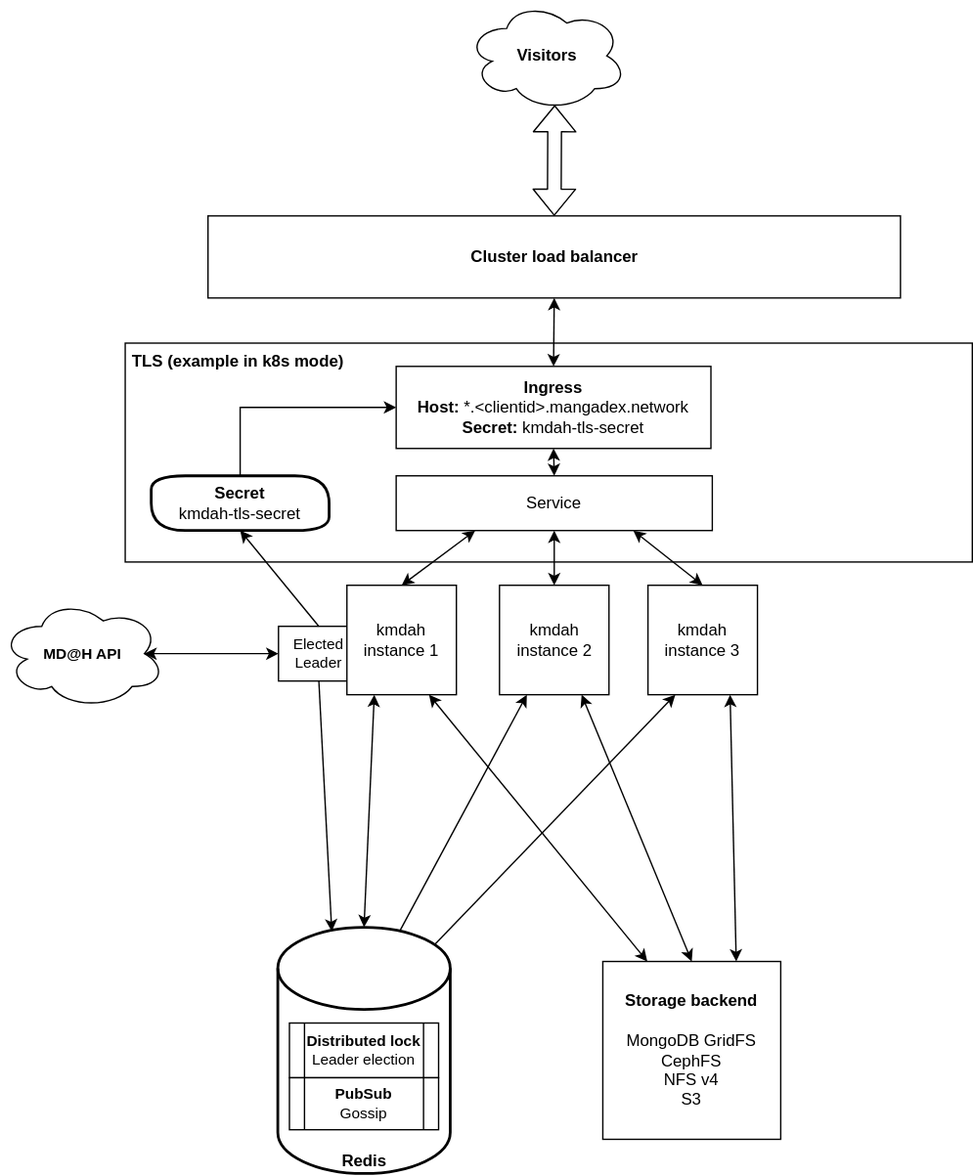
Tristan971/kmdah keeps this draw.io diagram as docs/architecture.svg. Above is the earlier version. Source tidied: cells renumbered, new cells last; positions are measured from the earlier drawing's top-left corner, leaving out a move shared by most shapes.
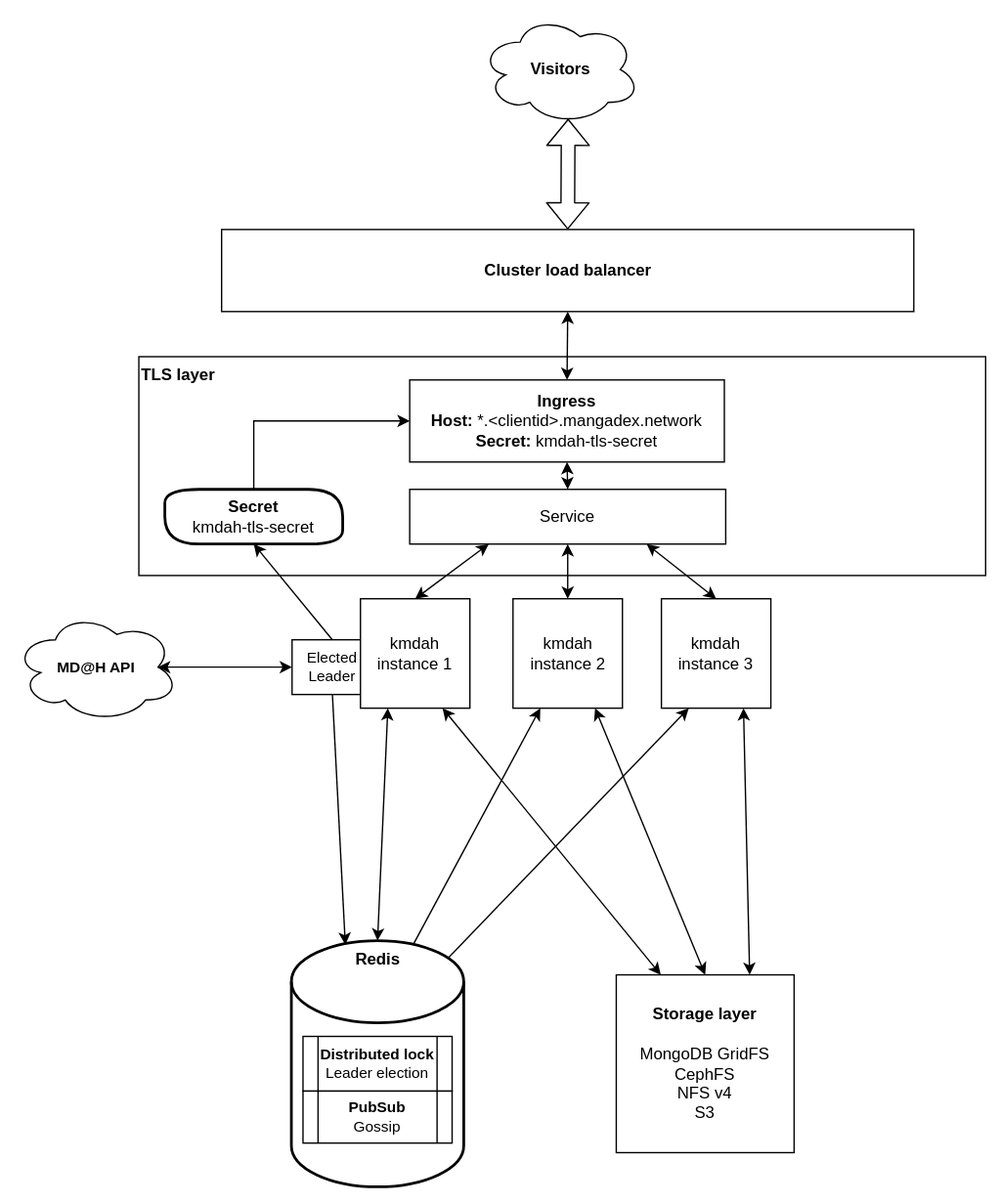
After the change.

Commit message:
Add first bits of storage doc

The edit, as a diff of the source:
```diff
@@ -2,13 +2,13 @@
   <root>
     <mxCell id="0" />
     <mxCell id="1" parent="0" />
-    <mxCell id="2" value="&amp;nbsp;TLS (example in k8s mode)" style="rounded=0;whiteSpace=wrap;html=1;align=left;verticalAlign=top;fontStyle=1;" parent="1" vertex="1">
+    <mxCell id="2" value="TLS layer" style="rounded=0;whiteSpace=wrap;html=1;align=left;verticalAlign=top;fontStyle=1;" parent="1" vertex="1">
       <mxGeometry x="91" y="250" width="619" height="160" as="geometry" />
     </mxCell>
     <mxCell id="3" value="Elected&lt;br&gt;Leader" style="rounded=0;whiteSpace=wrap;html=1;shadow=0;labelBackgroundColor=#ffffff;fillColor=#ffffff;fontSize=11;align=center;" parent="1" vertex="1">
       <mxGeometry x="203" y="457" width="59" height="40" as="geometry" />
     </mxCell>
-    <mxCell id="4" value="&lt;b&gt;Redis&lt;/b&gt;" style="strokeWidth=2;html=1;shape=mxgraph.flowchart.database;whiteSpace=wrap;verticalAlign=bottom;" parent="1" vertex="1">
+    <mxCell id="4" value="&lt;b&gt;Redis&lt;/b&gt;" style="strokeWidth=2;html=1;shape=mxgraph.flowchart.database;whiteSpace=wrap;verticalAlign=top;" parent="1" vertex="1">
       <mxGeometry x="202.5" y="677" width="126" height="180" as="geometry" />
     </mxCell>
     <mxCell id="5" value="kmdah&lt;br&gt;instance 1" style="whiteSpace=wrap;html=1;" parent="1" vertex="1">
@@ -92,7 +92,7 @@
     <mxCell id="31" style="endArrow=classic;startArrow=classic;html=1;fontSize=11;entryX=0.25;entryY=1;entryDx=0;entryDy=0;exitX=0.5;exitY=0;exitDx=0;exitDy=0;" parent="1" edge="1" source="5" target="12">
       <mxGeometry relative="1" as="geometry" />
     </mxCell>
-    <mxCell id="32" value="Storage backend&lt;br&gt;&lt;br&gt;&lt;span style=&quot;font-weight: normal&quot;&gt;MongoDB GridFS&lt;br&gt;CephFS&lt;br&gt;NFS v4&lt;br&gt;S3&lt;br&gt;&lt;/span&gt;" style="whiteSpace=wrap;html=1;fontStyle=1;align=center;" parent="1" vertex="1">
+    <mxCell id="32" value="Storage layer&lt;br&gt;&lt;br&gt;&lt;span style=&quot;font-weight: normal&quot;&gt;MongoDB GridFS&lt;br&gt;CephFS&lt;br&gt;NFS v4&lt;br&gt;S3&lt;br&gt;&lt;/span&gt;" style="whiteSpace=wrap;html=1;fontStyle=1;align=center;" parent="1" vertex="1">
       <mxGeometry x="440" y="702" width="130" height="130" as="geometry" />
     </mxCell>
   </root>
```
